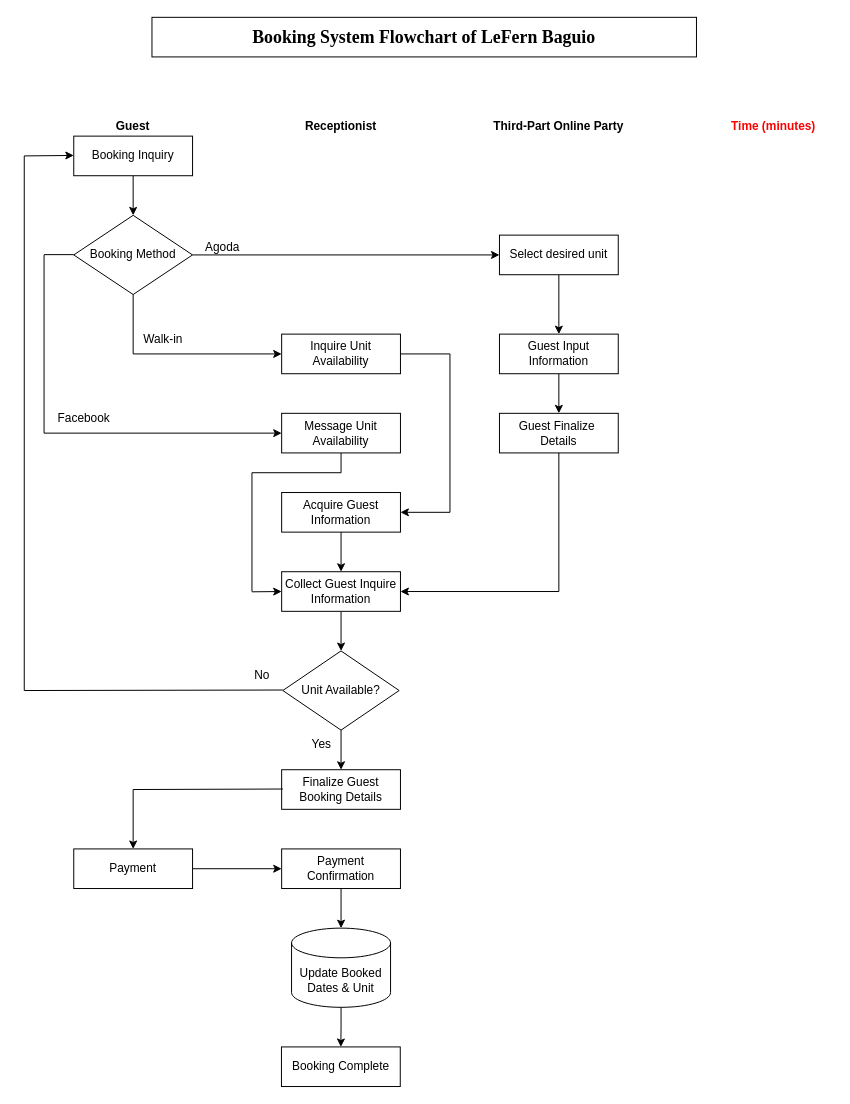
doyaoencab/draw.io keeps this draw.io diagram as CC13/LeFernSystemFlowchartUpdated.drawio. Above is the earlier version. Source tidied: cells renumbered, new cells numbered last; positions are measured from the earlier drawing's top-left corner, leaving out a move shared by most shapes. Both pictures are drawn from the tidied source at 99%, with x=0, y=0 at pixel (24, 17).
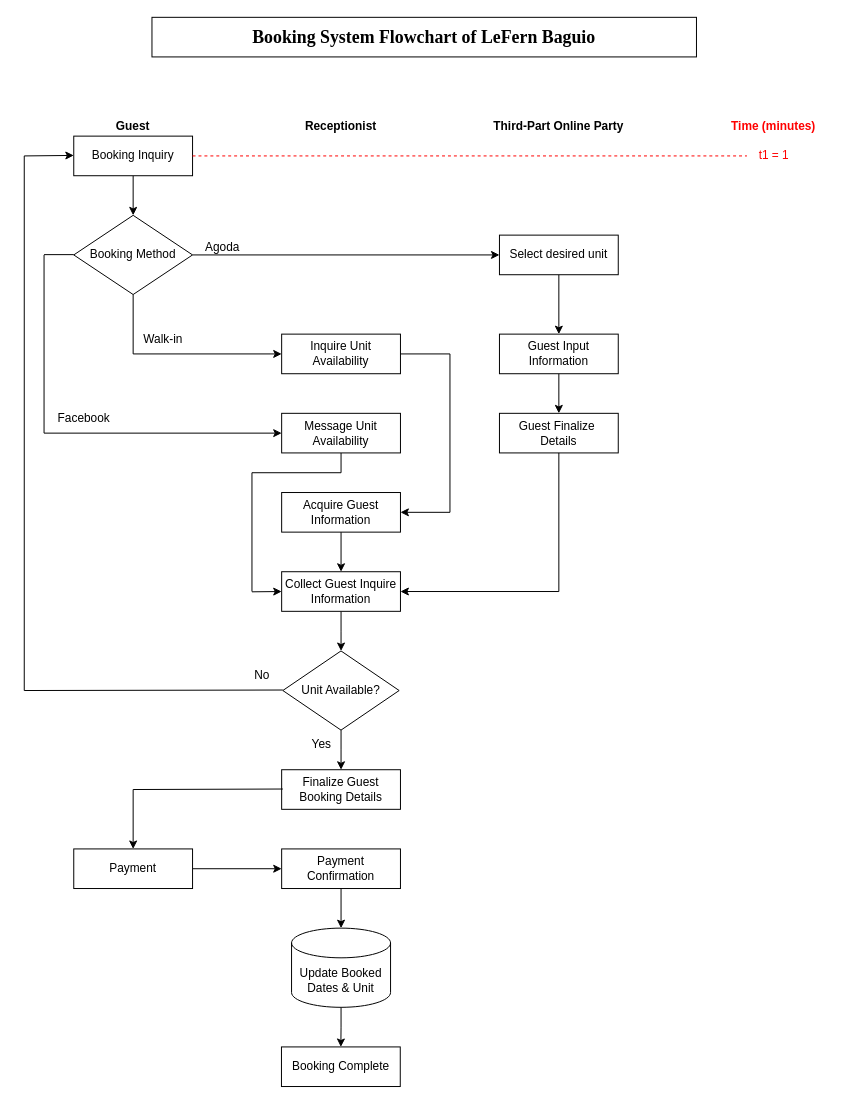
The same page after the edit.

Change to the diagram source:
```diff
@@
+    <mxCell id="57" style="endArrow=none;dashed=1;html=1;rounded=0;strokeColor=#FF0000;" parent="1" edge="1">
+      <mxGeometry relative="1" as="geometry">
+        <mxPoint x="170" y="140" as="sourcePoint" />
+        <mxPoint x="730" y="140" as="targetPoint" />
+      </mxGeometry>
+    </mxCell>
+    <mxCell id="58" value="t1 = 1" style="text;html=1;align=center;verticalAlign=middle;strokeColor=none;fillColor=none;fontColor=#FF0000;" parent="1" vertex="1">
+      <mxGeometry x="732" y="125" width="50" height="30" as="geometry" />
+    </mxCell>
```
